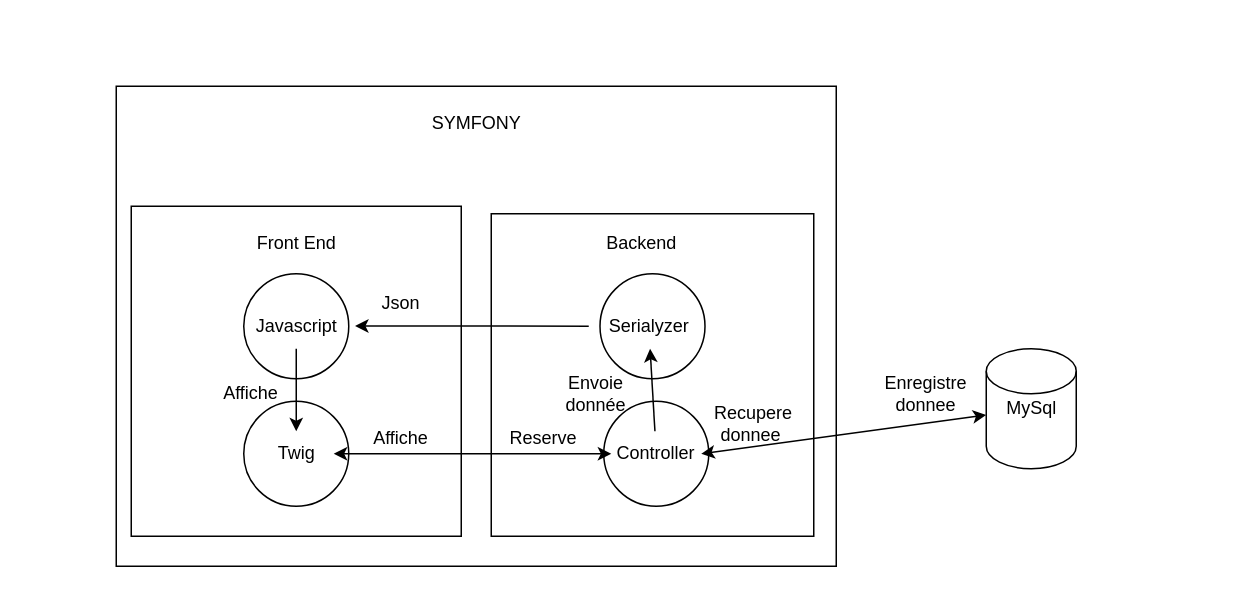
Earlier version of the draw.io diagram schema.drawio (gintomate/ReservationRepas). Source tidied: cells renumbered, new cells numbered last; positions are measured from the earlier drawing's top-left corner, leaving out a move shared by most shapes. Both pictures are drawn from the tidied source at 150%, with x=0, y=0 at pixel (116, 86).
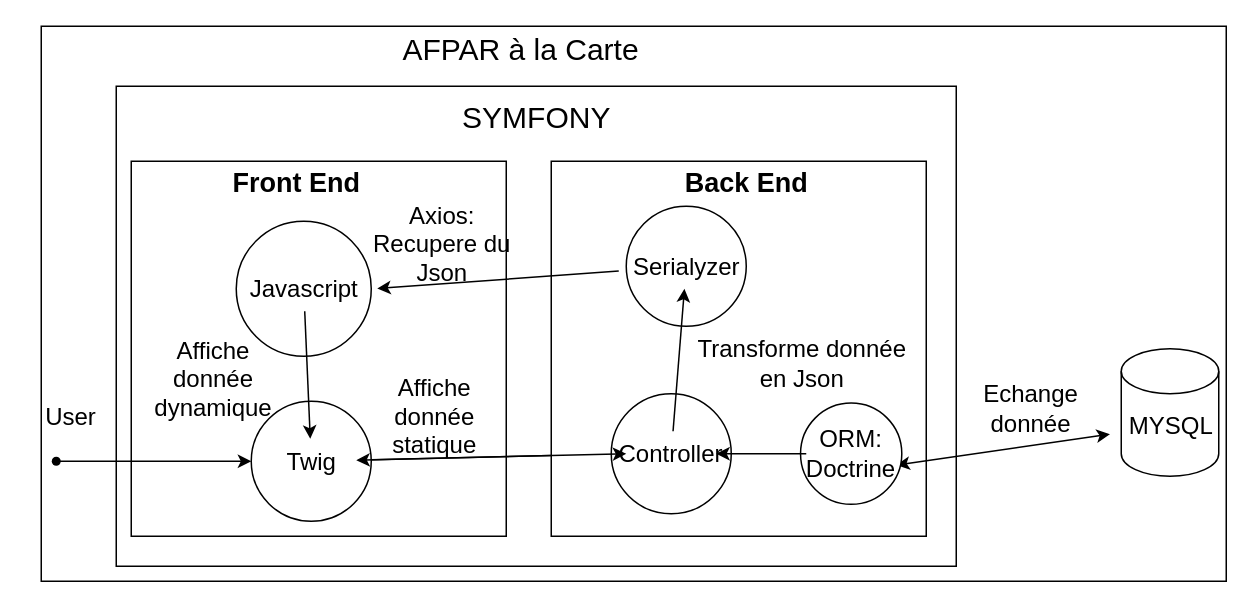
The same page after the edit.

Change to the diagram source:
```diff
@@
+    <mxCell id="30" style="rounded=0;whiteSpace=wrap;html=1;" parent="1" vertex="1">
+      <mxGeometry x="-50" y="-40" width="790" height="370" as="geometry" />
+    </mxCell>
     <mxCell id="2" style="rounded=0;whiteSpace=wrap;html=1;" parent="1" vertex="1">
-      <mxGeometry width="480" height="320" as="geometry" />
+      <mxGeometry width="560" height="320" as="geometry" />
     </mxCell>
-    <mxCell id="3" value="SYMFONY" style="text;html=1;align=center;verticalAlign=middle;strokeColor=none;fillColor=none;" parent="1" vertex="1">
-      <mxGeometry x="200" y="10" width="80" height="30" as="geometry" />
+    <mxCell id="3" value="SYMFONY" style="text;html=1;align=center;verticalAlign=middle;strokeColor=none;fillColor=none;fontSize=20;" parent="1" vertex="1">
+      <mxGeometry x="220" width="120" height="40" as="geometry" />
     </mxCell>
     <mxCell id="4" style="shape=cylinder3;whiteSpace=wrap;html=1;boundedLbl=1;backgroundOutline=1;size=15;" parent="1" vertex="1">
-      <mxGeometry x="580" y="175" width="60" height="80" as="geometry" />
+      <mxGeometry x="670" y="175" width="65" height="85" as="geometry" />
     </mxCell>
-    <mxCell id="5" value="MySql" style="text;html=1;align=center;verticalAlign=middle;points=[];strokeColor=none;fillColor=none;" parent="1" vertex="1">
-      <mxGeometry x="580" y="200" width="60" height="30" as="geometry" />
+    <mxCell id="5" value="MYSQL" style="text;html=1;align=center;verticalAlign=middle;points=[];strokeColor=none;fillColor=none;fontSize=16;" parent="1" vertex="1">
+      <mxGeometry x="662.5" y="211.2" width="80" height="30" as="geometry" />
     </mxCell>
     <mxCell id="6" style="whiteSpace=wrap;html=1;" parent="1" vertex="1">
-      <mxGeometry x="10" y="80" width="220" height="220" as="geometry" />
+      <mxGeometry x="10" y="50" width="250" height="250" as="geometry" />
     </mxCell>
-    <mxCell id="7" value="Front End" style="text;html=1;align=center;verticalAlign=middle;strokeColor=none;fillColor=none;" parent="1" vertex="1">
-      <mxGeometry x="80" y="90" width="80" height="30" as="geometry" />
+    <mxCell id="7" value="Front End" style="text;html=1;align=center;verticalAlign=middle;strokeColor=none;fillColor=none;fontSize=18;fontStyle=1;" parent="1" vertex="1">
+      <mxGeometry x="65" y="45" width="110" height="40" as="geometry" />
     </mxCell>
+    <mxCell id="31" style="edgeStyle=none;html=1;entryX=0;entryY=0.5;entryDx=0;entryDy=0;" parent="1" edge="1" source="8" target="17">
+      <mxGeometry relative="1" as="geometry" />
+    </mxCell>
     <mxCell id="8" style="ellipse;whiteSpace=wrap;html=1;" parent="1" vertex="1">
-      <mxGeometry x="85" y="210" width="70" height="70" as="geometry" />
+      <mxGeometry x="90" y="210" width="80" height="80" as="geometry" />
     </mxCell>
-    <mxCell id="9" value="Twig" style="text;html=1;align=center;verticalAlign=middle;points=[];strokeColor=none;fillColor=none;" parent="1" vertex="1">
-      <mxGeometry x="95" y="230" width="50" height="30" as="geometry" />
+    <mxCell id="9" value="Twig" style="text;html=1;align=center;verticalAlign=middle;points=[];strokeColor=none;fillColor=none;fontSize=16;" parent="1" vertex="1">
+      <mxGeometry x="100" y="235" width="60" height="30" as="geometry" />
     </mxCell>
     <mxCell id="10" style="ellipse;whiteSpace=wrap;html=1;" parent="1" vertex="1">
-      <mxGeometry x="85" y="125" width="70" height="70" as="geometry" />
+      <mxGeometry x="80" y="90" width="90" height="90" as="geometry" />
     </mxCell>
-    <mxCell id="11" value="Javascript" style="text;html=1;align=center;verticalAlign=middle;points=[];strokeColor=none;fillColor=none;" parent="1" vertex="1">
-      <mxGeometry x="80" y="145" width="80" height="30" as="geometry" />
+    <mxCell id="11" value="Javascript" style="text;html=1;align=center;verticalAlign=middle;points=[];strokeColor=none;fillColor=none;fontSize=16;" parent="1" vertex="1">
+      <mxGeometry x="75" y="120" width="100" height="30" as="geometry" />
     </mxCell>
     <mxCell id="12" style="whiteSpace=wrap;html=1;" parent="1" vertex="1">
-      <mxGeometry x="250" y="85" width="215" height="215" as="geometry" />
+      <mxGeometry x="290" y="50" width="250" height="250" as="geometry" />
     </mxCell>
-    <mxCell id="13" value="Backend" style="text;html=1;align=center;verticalAlign=middle;strokeColor=none;fillColor=none;" parent="1" vertex="1">
-      <mxGeometry x="315" y="90" width="70" height="30" as="geometry" />
+    <mxCell id="13" value="Back End" style="text;html=1;align=center;verticalAlign=middle;strokeColor=none;fillColor=none;fontSize=18;fontStyle=1;" parent="1" vertex="1">
+      <mxGeometry x="365" y="45" width="110" height="40" as="geometry" />
     </mxCell>
     <mxCell id="14" style="ellipse;whiteSpace=wrap;html=1;" parent="1" vertex="1">
-      <mxGeometry x="322.5" y="125" width="70" height="70" as="geometry" />
+      <mxGeometry x="340" y="80" width="80" height="80" as="geometry" />
     </mxCell>
-    <mxCell id="15" value="Serialyzer" style="text;html=1;align=center;verticalAlign=middle;points=[];strokeColor=none;fillColor=none;" parent="1" vertex="1">
-      <mxGeometry x="315" y="145" width="80" height="30" as="geometry" />
+    <mxCell id="15" value="Serialyzer" style="text;html=1;align=center;verticalAlign=middle;points=[];strokeColor=none;fillColor=none;fontSize=16;" parent="1" vertex="1">
+      <mxGeometry x="335" y="105" width="90" height="30" as="geometry" />
     </mxCell>
     <mxCell id="16" style="ellipse;whiteSpace=wrap;html=1;" parent="1" vertex="1">
-      <mxGeometry x="325" y="210" width="70" height="70" as="geometry" />
+      <mxGeometry x="330" y="205" width="80" height="80" as="geometry" />
     </mxCell>
-    <mxCell id="17" value="Controller" style="text;html=1;strokeColor=none;fillColor=none;align=center;verticalAlign=middle;whiteSpace=wrap;rounded=0;" parent="1" vertex="1">
-      <mxGeometry x="330" y="230" width="60" height="30" as="geometry" />
+    <mxCell id="17" value="Controller" style="text;html=1;strokeColor=none;fillColor=none;align=center;verticalAlign=middle;whiteSpace=wrap;rounded=0;fontSize=16;" parent="1" vertex="1">
+      <mxGeometry x="340" y="230" width="60" height="30" as="geometry" />
     </mxCell>
-    <mxCell id="18" style="endArrow=classic;startArrow=classic;html=1;entryX=1;entryY=0.5;entryDx=0;entryDy=0;" parent="1" edge="1" source="5" target="17">
-      <mxGeometry relative="1" as="geometry" />
-    </mxCell>
@@
-    <mxCell id="23" value="Reserve" style="text;html=1;strokeColor=none;fillColor=none;align=center;verticalAlign=middle;whiteSpace=wrap;rounded=0;" parent="1" vertex="1">
-      <mxGeometry x="255" y="220" width="60" height="30" as="geometry" />
-    </mxCell>
-    <mxCell id="24" value="Affiche" style="text;html=1;strokeColor=none;fillColor=none;align=center;verticalAlign=middle;whiteSpace=wrap;rounded=0;" parent="1" vertex="1">
-      <mxGeometry x="160" y="220" width="60" height="30" as="geometry" />
+    <mxCell id="24" value="Affiche donnée statique" style="text;html=1;strokeColor=none;fillColor=none;align=center;verticalAlign=middle;whiteSpace=wrap;rounded=0;fontSize=16;" parent="1" vertex="1">
+      <mxGeometry x="170" y="205" width="85" height="30" as="geometry" />
     </mxCell>
-    <mxCell id="25" value="Json" style="text;html=1;strokeColor=none;fillColor=none;align=center;verticalAlign=middle;whiteSpace=wrap;rounded=0;" parent="1" vertex="1">
-      <mxGeometry x="160" y="130" width="60" height="30" as="geometry" />
-    </mxCell>
-    <mxCell id="26" value="Affiche" style="text;html=1;strokeColor=none;fillColor=none;align=center;verticalAlign=middle;whiteSpace=wrap;rounded=0;" parent="1" vertex="1">
-      <mxGeometry x="60" y="190" width="60" height="30" as="geometry" />
+    <mxCell id="26" value="Axios: Recupere du Json" style="text;html=1;strokeColor=none;fillColor=none;align=center;verticalAlign=middle;whiteSpace=wrap;rounded=0;fontSize=16;" parent="1" vertex="1">
+      <mxGeometry x="165" y="90" width="105" height="30" as="geometry" />
     </mxCell>
-    <mxCell id="27" value="&lt;blockquote style=&quot;margin: 0 0 0 40px; border: none; padding: 0px;&quot;&gt;Envoie donnée&lt;/blockquote&gt;" style="text;html=1;strokeColor=none;fillColor=none;align=center;verticalAlign=middle;whiteSpace=wrap;rounded=0;" parent="1" vertex="1">
-      <mxGeometry x="290" y="190" width="20" height="30" as="geometry" />
-    </mxCell>
-    <mxCell id="28" value="Recupere donnee&amp;nbsp;" style="text;html=1;strokeColor=none;fillColor=none;align=center;verticalAlign=middle;whiteSpace=wrap;rounded=0;" parent="1" vertex="1">
-      <mxGeometry x="395" y="210" width="60" height="30" as="geometry" />
-    </mxCell>
-    <mxCell id="29" value="Enregistre donnee" style="text;html=1;strokeColor=none;fillColor=none;align=center;verticalAlign=middle;whiteSpace=wrap;rounded=0;" parent="1" vertex="1">
-      <mxGeometry x="510" y="190" width="60" height="30" as="geometry" />
+    <mxCell id="29" value="Echange donnée" style="text;html=1;strokeColor=none;fillColor=none;align=center;verticalAlign=middle;whiteSpace=wrap;rounded=0;fontSize=16;" parent="1" vertex="1">
+      <mxGeometry x="580" y="200" width="60" height="30" as="geometry" />
     </mxCell>
+    <mxCell id="32" style="endArrow=classic;html=1;entryX=0;entryY=0.5;entryDx=0;entryDy=0;startArrow=none;" parent="1" edge="1" source="42" target="8">
+      <mxGeometry relative="1" as="geometry" />
+    </mxCell>
+    <mxCell id="33" value="User" style="text;html=1;strokeColor=none;fillColor=none;align=center;verticalAlign=middle;whiteSpace=wrap;rounded=0;fontSize=16;" parent="1" vertex="1">
+      <mxGeometry x="-60" y="205" width="60" height="30" as="geometry" />
+    </mxCell>
+    <mxCell id="34" value="Affiche donnée dynamique" style="text;html=1;strokeColor=none;fillColor=none;align=center;verticalAlign=middle;whiteSpace=wrap;rounded=0;fontSize=16;" parent="1" vertex="1">
+      <mxGeometry x="20" y="180" width="90" height="30" as="geometry" />
+    </mxCell>
+    <mxCell id="35" style="endArrow=classic;startArrow=classic;html=1;exitX=1;exitY=0.75;exitDx=0;exitDy=0;" parent="1" edge="1" source="39" target="5">
+      <mxGeometry relative="1" as="geometry" />
+    </mxCell>
+    <mxCell id="36" value="Transforme donnée en Json" style="text;html=1;strokeColor=none;fillColor=none;align=center;verticalAlign=middle;whiteSpace=wrap;rounded=0;fontSize=16;" parent="1" vertex="1">
+      <mxGeometry x="380" y="170" width="155" height="30" as="geometry" />
+    </mxCell>
+    <mxCell id="37" style="ellipse;whiteSpace=wrap;html=1;" parent="1" vertex="1">
+      <mxGeometry x="456.2" y="211.2" width="67.5" height="67.5" as="geometry" />
+    </mxCell>
+    <mxCell id="38" style="edgeStyle=none;html=1;" parent="1" edge="1" source="39" target="17">
+      <mxGeometry relative="1" as="geometry" />
+    </mxCell>
+    <mxCell id="39" value="ORM: Doctrine" style="text;html=1;strokeColor=none;fillColor=none;align=center;verticalAlign=middle;whiteSpace=wrap;rounded=0;fontSize=16;" parent="1" vertex="1">
+      <mxGeometry x="460" y="230" width="60" height="30" as="geometry" />
+    </mxCell>
+    <mxCell id="40" value="AFPAR à la Carte" style="text;html=1;strokeColor=none;fillColor=none;align=center;verticalAlign=middle;whiteSpace=wrap;rounded=0;fontSize=20;" parent="1" vertex="1">
+      <mxGeometry x="185" y="-40" width="170" height="30" as="geometry" />
+    </mxCell>
+    <mxCell id="41" style="endArrow=none;html=1;entryDx=0;entryDy=0;" parent="1" edge="1" target="42">
+      <mxGeometry relative="1" as="geometry">
+        <mxPoint x="-40" y="250" as="sourcePoint" />
+      </mxGeometry>
+    </mxCell>
+    <mxCell id="42" style="shape=waypoint;sketch=0;fillStyle=solid;size=6;points=[];fillColor=none;perimeter=centerPerimeter;snapToPoint=1;fontSize=20;" parent="1" vertex="1">
+      <mxGeometry x="-50" y="240" width="20" height="20" as="geometry" />
+    </mxCell>
```
